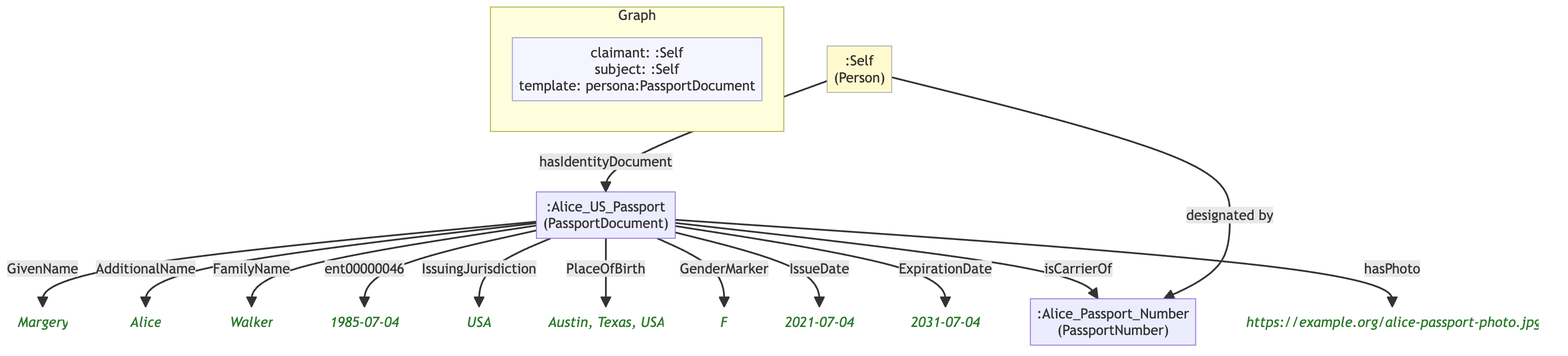
This is example/graphs/images/graph-81.png from MeeFoundation/mia-ontologies, a Mermaid export, as it was before one commit. Its source is kept beside it as example/graphs/images/graph-81.mmd.
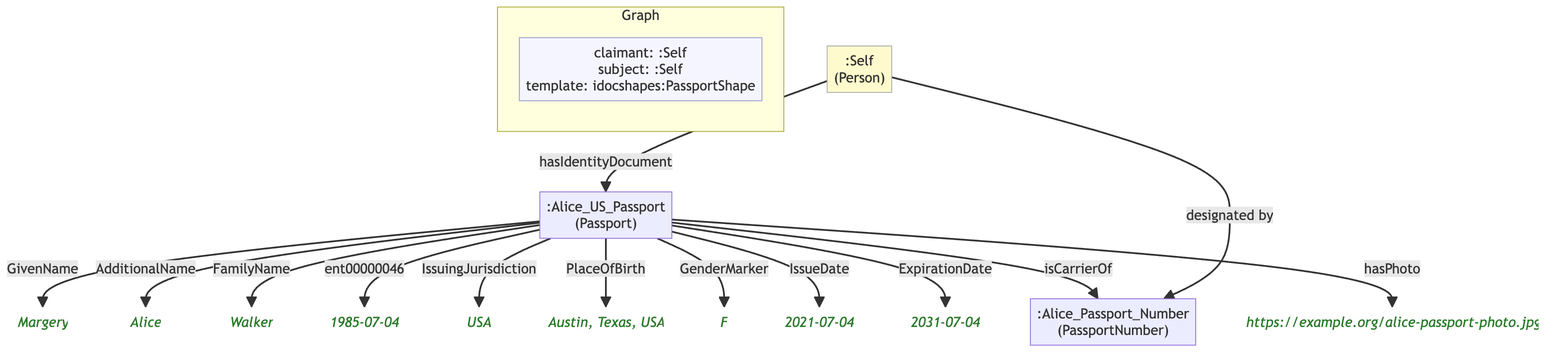
Later version of the same file.

The edit, as a diff of the source:
```diff
@@ -6,32 +6,32 @@
 
     subgraph ctx["Graph"]
         direction LR
-        ctx_meta["claimant: :Self\nsubject: :Self\ntemplate: persona:PassportDocument"]:::meta
+        ctx_meta["claimant: :Self\nsubject: :Self\ntemplate: idocshapes:PassportShape"]:::meta
     end
 
     n104df4bab92a[":Alice_Passport_Number\n(PassportNumber)"]
-    n1e9b86ff4c78[":Alice_US_Passport\n(PassportDocument)"]
-    n8ebbc3d68ab9("Margery"):::lit
-    n924644b8b638("Alice"):::lit
-    nd0a3518f2928("Walker"):::lit
-    n049f6db1e58b("1985-07-04"):::lit
-    n9aec4cb4899b("USA"):::lit
-    n3ed37ac14278("Austin, Texas, USA"):::lit
-    nb08849248b25("F"):::lit
-    n052df058231c("2021-07-04"):::lit
-    n6945e67e4f1a("2031-07-04"):::lit
+    n1e9b86ff4c78[":Alice_US_Passport\n(Passport)"]
+    n0746d06eecb5("Margery"):::lit
+    n107ca5be6a8d("Alice"):::lit
+    nc60279be300c("Walker"):::lit
+    n65efe3055299("1985-07-04"):::lit
+    nc55097e4ce75("USA"):::lit
+    ncf3ebeecba72("Austin, Texas, USA"):::lit
+    n3a42541712e1("F"):::lit
+    n76b183839ad0("2021-07-04"):::lit
+    n57d02b58f135("2031-07-04"):::lit
     n0b3af7b5a715("https://example.org/alice-passport-photo.jpg"):::lit
     ne0c3ba92f1db[":Self\n(Person)"]:::person
 
-    n1e9b86ff4c78 -->|"GivenName"| n8ebbc3d68ab9
-    n1e9b86ff4c78 -->|"AdditionalName"| n924644b8b638
-    n1e9b86ff4c78 -->|"FamilyName"| nd0a3518f2928
-    n1e9b86ff4c78 -->|"ent00000046"| n049f6db1e58b
-    n1e9b86ff4c78 -->|"IssuingJurisdiction"| n9aec4cb4899b
-    n1e9b86ff4c78 -->|"PlaceOfBirth"| n3ed37ac14278
-    n1e9b86ff4c78 -->|"GenderMarker"| nb08849248b25
-    n1e9b86ff4c78 -->|"IssueDate"| n052df058231c
-    n1e9b86ff4c78 -->|"ExpirationDate"| n6945e67e4f1a
+    n1e9b86ff4c78 -->|"GivenName"| n0746d06eecb5
+    n1e9b86ff4c78 -->|"AdditionalName"| n107ca5be6a8d
+    n1e9b86ff4c78 -->|"FamilyName"| nc60279be300c
+    n1e9b86ff4c78 -->|"ent00000046"| n65efe3055299
+    n1e9b86ff4c78 -->|"IssuingJurisdiction"| nc55097e4ce75
+    n1e9b86ff4c78 -->|"PlaceOfBirth"| ncf3ebeecba72
+    n1e9b86ff4c78 -->|"GenderMarker"| n3a42541712e1
+    n1e9b86ff4c78 -->|"IssueDate"| n76b183839ad0
+    n1e9b86ff4c78 -->|"ExpirationDate"| n57d02b58f135
     n1e9b86ff4c78 -->|"isCarrierOf"| n104df4bab92a
     n1e9b86ff4c78 -->|"hasPhoto"| n0b3af7b5a715
     ne0c3ba92f1db -->|"hasIdentityDocument"| n1e9b86ff4c78
```
